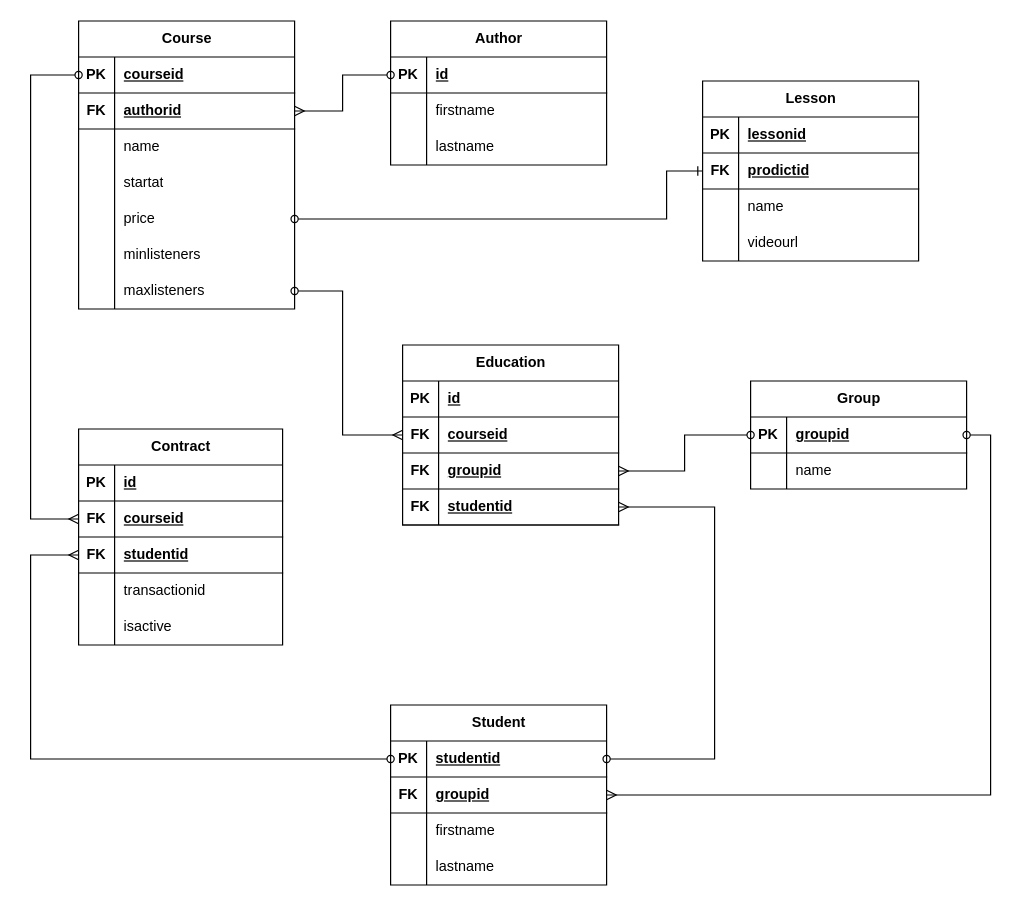
filthps/edu keeps this draw.io diagram as doc/test-study-er.drawio. Above is the earlier version. Source tidied: cells renumbered, new cells numbered last; positions are measured from the earlier drawing's top-left corner, leaving out a move shared by most shapes. Both pictures are drawn from the tidied source at 120%, with x=0, y=0 at pixel (30, 20).
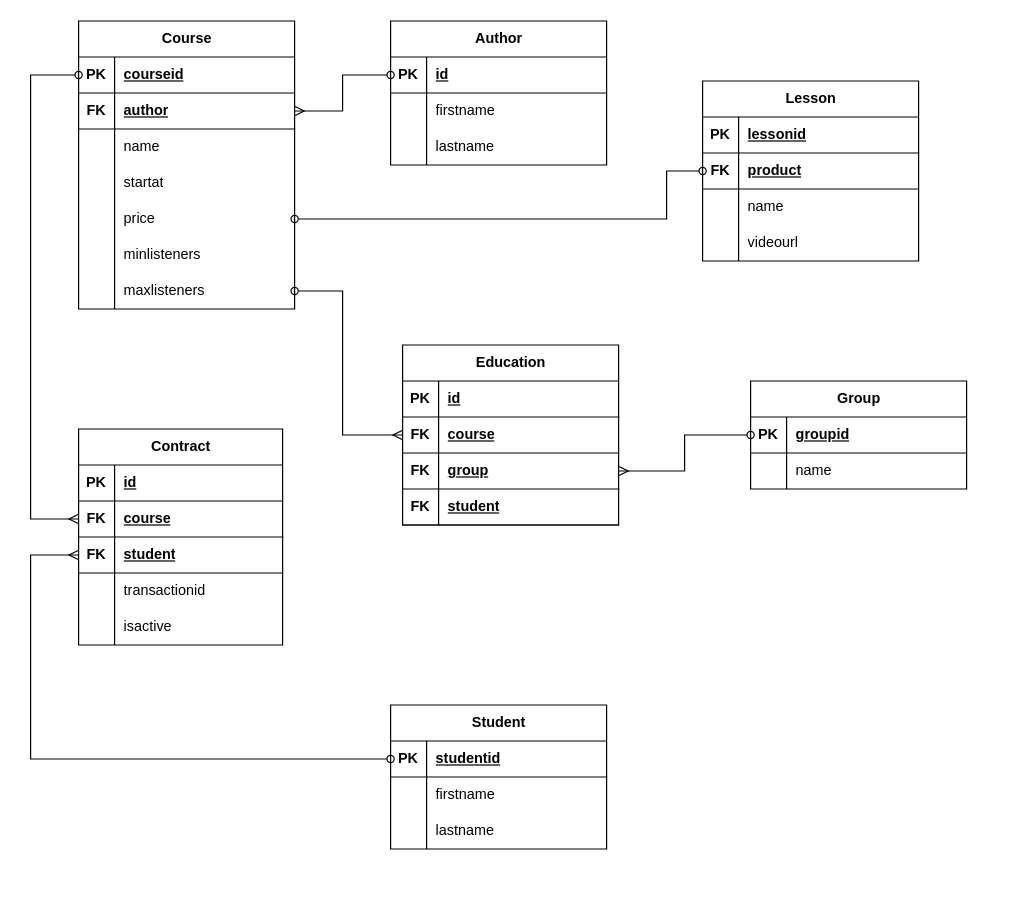
After the change.

The change refers to these unchanged cells:
```xml
<mxCell id="6" style="shape=tableRow;horizontal=0;startSize=0;swimlaneHead=0;swimlaneBody=0;fillColor=none;points=[[0,0.5],[1,0.5]];portConstraint=eastwest;top=0;left=0;right=0;bottom=1;" parent="2" vertex="1">
  <mxGeometry y="60" width="180" height="30" as="geometry" />
</mxCell>
<mxCell id="15" style="shape=tableRow;horizontal=0;startSize=0;swimlaneHead=0;swimlaneBody=0;fillColor=none;points=[[0,0.5],[1,0.5]];portConstraint=eastwest;top=0;left=0;right=0;bottom=0;" parent="2" vertex="1">
  <mxGeometry y="150" width="180" height="30" as="geometry" />
</mxCell>
<mxCell id="35" style="shape=tableRow;horizontal=0;startSize=0;swimlaneHead=0;swimlaneBody=0;fillColor=none;points=[[0,0.5],[1,0.5]];portConstraint=eastwest;top=0;left=0;right=0;bottom=1;" parent="34" vertex="1">
  <mxGeometry y="30" width="180" height="30" as="geometry" />
</mxCell>
<mxCell id="51" style="shape=tableRow;horizontal=0;startSize=0;swimlaneHead=0;swimlaneBody=0;fillColor=none;points=[[0,0.5],[1,0.5]];portConstraint=eastwest;top=0;left=0;right=0;bottom=1;" parent="47" vertex="1">
  <mxGeometry y="60" width="170" height="30" as="geometry" />
</mxCell>
<mxCell id="54" style="shape=tableRow;horizontal=0;startSize=0;swimlaneHead=0;swimlaneBody=0;fillColor=none;points=[[0,0.5],[1,0.5]];portConstraint=eastwest;top=0;left=0;right=0;bottom=1;" parent="47" vertex="1">
  <mxGeometry y="90" width="170" height="30" as="geometry" />
</mxCell>
<mxCell id="67" style="shape=tableRow;horizontal=0;startSize=0;swimlaneHead=0;swimlaneBody=0;fillColor=none;points=[[0,0.5],[1,0.5]];portConstraint=eastwest;top=0;left=0;right=0;bottom=1;" parent="63" vertex="1">
  <mxGeometry y="60" width="180" height="30" as="geometry" />
</mxCell>
<mxCell id="77" style="shape=tableRow;horizontal=0;startSize=0;swimlaneHead=0;swimlaneBody=0;fillColor=none;points=[[0,0.5],[1,0.5]];portConstraint=eastwest;top=0;left=0;right=0;bottom=1;" parent="76" vertex="1">
  <mxGeometry y="30" width="180" height="30" as="geometry" />
</mxCell>
<mxCell id="87" style="shape=tableRow;horizontal=0;startSize=0;swimlaneHead=0;swimlaneBody=0;fillColor=none;points=[[0,0.5],[1,0.5]];portConstraint=eastwest;top=0;left=0;right=0;bottom=1;" parent="83" vertex="1">
  <mxGeometry y="60" width="180" height="30" as="geometry" />
</mxCell>
<mxCell id="90" style="shape=tableRow;horizontal=0;startSize=0;swimlaneHead=0;swimlaneBody=0;fillColor=none;points=[[0,0.5],[1,0.5]];portConstraint=eastwest;top=0;left=0;right=0;bottom=1;" parent="83" vertex="1">
  <mxGeometry y="90" width="180" height="30" as="geometry" />
</mxCell>
<mxCell id="93" style="shape=tableRow;horizontal=0;startSize=0;swimlaneHead=0;swimlaneBody=0;fillColor=none;points=[[0,0.5],[1,0.5]];portConstraint=eastwest;top=0;left=0;right=0;bottom=1;" parent="83" vertex="1">
  <mxGeometry y="120" width="180" height="30" as="geometry" />
</mxCell>
```

Diff of the diagram source:
```diff
@@
-    <mxCell id="8" value="authorid" style="shape=partialRectangle;fillColor=none;top=0;left=0;bottom=0;right=0;align=left;spacingLeft=6;fontStyle=5;overflow=hidden;whiteSpace=wrap;html=1;" parent="6" vertex="1">
+    <mxCell id="8" value="author" style="shape=partialRectangle;fillColor=none;top=0;left=0;bottom=0;right=0;align=left;spacingLeft=6;fontStyle=5;overflow=hidden;whiteSpace=wrap;html=1;" parent="6" vertex="1">
       <mxGeometry x="30" width="150" height="30" as="geometry" />
     </mxCell>
@@
     <mxCell id="34" value="Student" style="shape=table;startSize=30;childLayout=tableLayout;rowLines=0;fontStyle=1;align=center;html=1;" parent="1" vertex="1">
-      <mxGeometry x="300" y="570" width="180" height="150" as="geometry" />
+      <mxGeometry x="300" y="570" width="180" height="120" as="geometry" />
     </mxCell>
@@
-    <mxCell id="38" style="shape=tableRow;horizontal=0;startSize=0;swimlaneHead=0;swimlaneBody=0;fillColor=none;points=[[0,0.5],[1,0.5]];portConstraint=eastwest;top=0;left=0;right=0;bottom=1;" parent="34" vertex="1">
-      <mxGeometry y="60" width="180" height="30" as="geometry" />
-    </mxCell>
-    <mxCell id="39" value="FK" style="shape=partialRectangle;fillColor=none;top=0;left=0;bottom=0;right=0;fontStyle=1;overflow=hidden;whiteSpace=wrap;html=1;" parent="38" vertex="1">
-      <mxGeometry width="30" height="30" as="geometry" />
-    </mxCell>
-    <mxCell id="40" value="groupid" style="shape=partialRectangle;fillColor=none;top=0;left=0;bottom=0;right=0;align=left;spacingLeft=6;fontStyle=5;overflow=hidden;whiteSpace=wrap;html=1;" parent="38" vertex="1">
-      <mxGeometry x="30" width="150" height="30" as="geometry" />
-    </mxCell>
     <mxCell id="41" style="shape=tableRow;horizontal=0;startSize=0;swimlaneHead=0;swimlaneBody=0;fillColor=none;top=0;left=0;right=0;bottom=0;" parent="34" vertex="1">
-      <mxGeometry y="90" width="180" height="30" as="geometry" />
+      <mxGeometry y="60" width="180" height="30" as="geometry" />
     </mxCell>
@@
     <mxCell id="44" style="shape=tableRow;horizontal=0;startSize=0;swimlaneHead=0;swimlaneBody=0;fillColor=none;top=0;left=0;right=0;bottom=0;" parent="34" vertex="1">
-      <mxGeometry y="120" width="180" height="30" as="geometry" />
+      <mxGeometry y="90" width="180" height="30" as="geometry" />
     </mxCell>
@@
-    <mxCell id="53" value="courseid" style="shape=partialRectangle;fillColor=none;top=0;left=0;bottom=0;right=0;align=left;spacingLeft=6;fontStyle=5;overflow=hidden;whiteSpace=wrap;html=1;" parent="51" vertex="1">
+    <mxCell id="53" value="course" style="shape=partialRectangle;fillColor=none;top=0;left=0;bottom=0;right=0;align=left;spacingLeft=6;fontStyle=5;overflow=hidden;whiteSpace=wrap;html=1;" parent="51" vertex="1">
       <mxGeometry x="30" width="140" height="30" as="geometry" />
     </mxCell>
@@
-    <mxCell id="56" value="studentid" style="shape=partialRectangle;fillColor=none;top=0;left=0;bottom=0;right=0;align=left;spacingLeft=6;fontStyle=5;overflow=hidden;whiteSpace=wrap;html=1;" parent="54" vertex="1">
+    <mxCell id="56" value="student" style="shape=partialRectangle;fillColor=none;top=0;left=0;bottom=0;right=0;align=left;spacingLeft=6;fontStyle=5;overflow=hidden;whiteSpace=wrap;html=1;" parent="54" vertex="1">
       <mxGeometry x="30" width="140" height="30" as="geometry" />
     </mxCell>
@@
-    <mxCell id="69" value="prodictid" style="shape=partialRectangle;fillColor=none;top=0;left=0;bottom=0;right=0;align=left;spacingLeft=6;fontStyle=5;overflow=hidden;whiteSpace=wrap;html=1;" parent="67" vertex="1">
+    <mxCell id="69" value="product" style="shape=partialRectangle;fillColor=none;top=0;left=0;bottom=0;right=0;align=left;spacingLeft=6;fontStyle=5;overflow=hidden;whiteSpace=wrap;html=1;" parent="67" vertex="1">
       <mxGeometry x="30" width="150" height="30" as="geometry" />
     </mxCell>
@@
-    <mxCell id="89" value="courseid" style="shape=partialRectangle;fillColor=none;top=0;left=0;bottom=0;right=0;align=left;spacingLeft=6;fontStyle=5;overflow=hidden;whiteSpace=wrap;html=1;" parent="87" vertex="1">
+    <mxCell id="89" value="course" style="shape=partialRectangle;fillColor=none;top=0;left=0;bottom=0;right=0;align=left;spacingLeft=6;fontStyle=5;overflow=hidden;whiteSpace=wrap;html=1;" parent="87" vertex="1">
       <mxGeometry x="30" width="150" height="30" as="geometry" />
     </mxCell>
@@
-    <mxCell id="92" value="groupid" style="shape=partialRectangle;fillColor=none;top=0;left=0;bottom=0;right=0;align=left;spacingLeft=6;fontStyle=5;overflow=hidden;whiteSpace=wrap;html=1;" parent="90" vertex="1">
+    <mxCell id="92" value="group" style="shape=partialRectangle;fillColor=none;top=0;left=0;bottom=0;right=0;align=left;spacingLeft=6;fontStyle=5;overflow=hidden;whiteSpace=wrap;html=1;" parent="90" vertex="1">
       <mxGeometry x="30" width="150" height="30" as="geometry" />
     </mxCell>
@@
-    <mxCell id="95" value="studentid" style="shape=partialRectangle;fillColor=none;top=0;left=0;bottom=0;right=0;align=left;spacingLeft=6;fontStyle=5;overflow=hidden;whiteSpace=wrap;html=1;" parent="93" vertex="1">
+    <mxCell id="95" value="student" style="shape=partialRectangle;fillColor=none;top=0;left=0;bottom=0;right=0;align=left;spacingLeft=6;fontStyle=5;overflow=hidden;whiteSpace=wrap;html=1;" parent="93" vertex="1">
       <mxGeometry x="30" width="150" height="30" as="geometry" />
     </mxCell>
@@
-    <mxCell id="102" style="edgeStyle=orthogonalEdgeStyle;rounded=0;jettySize=auto;html=1;exitX=1;exitY=0.5;exitDx=0;exitDy=0;entryX=1;entryY=0.5;entryDx=0;entryDy=0;endArrow=ERmany;endFill=0;startArrow=oval;startFill=0;" parent="1" edge="1" source="35" target="93">
-      <mxGeometry relative="1" as="geometry">
-        <Array as="points">
-          <mxPoint x="570" y="615" />
-          <mxPoint x="570" y="405" />
-        </Array>
-      </mxGeometry>
-    </mxCell>
@@
-    <mxCell id="104" style="edgeStyle=orthogonalEdgeStyle;rounded=0;jettySize=auto;html=1;exitX=1;exitY=0.5;exitDx=0;exitDy=0;entryX=0;entryY=0.5;entryDx=0;entryDy=0;startArrow=oval;startFill=0;endArrow=ERone;endFill=0;" parent="1" edge="1" source="15" target="67">
+    <mxCell id="104" style="edgeStyle=orthogonalEdgeStyle;rounded=0;jettySize=auto;html=1;exitX=1;exitY=0.5;exitDx=0;exitDy=0;entryX=0;entryY=0.5;entryDx=0;entryDy=0;startArrow=oval;startFill=0;endArrow=oval;endFill=0;" parent="1" edge="1" source="15" target="67">
       <mxGeometry relative="1" as="geometry">
         <Array as="points">
           <mxPoint x="530" y="165" />
           <mxPoint x="530" y="125" />
         </Array>
       </mxGeometry>
     </mxCell>
@@
-    <mxCell id="106" style="edgeStyle=orthogonalEdgeStyle;rounded=0;jettySize=auto;html=1;exitX=1;exitY=0.5;exitDx=0;exitDy=0;entryX=1;entryY=0.5;entryDx=0;entryDy=0;endArrow=ERmany;endFill=0;startArrow=oval;startFill=0;" parent="1" edge="1" source="77" target="38">
+    <mxCell id="106" style="edgeStyle=orthogonalEdgeStyle;rounded=0;jettySize=auto;html=1;exitX=1;exitY=0.5;exitDx=0;exitDy=0;entryX=1;entryY=0.5;entryDx=0;entryDy=0;endArrow=ERmany;endFill=0;startArrow=oval;startFill=0;" parent="1" edge="1" source="77">
       <mxGeometry relative="1" as="geometry">
         <Array as="points">
           <mxPoint x="800" y="345" />
           <mxPoint x="800" y="645" />
         </Array>
       </mxGeometry>
     </mxCell>
```
